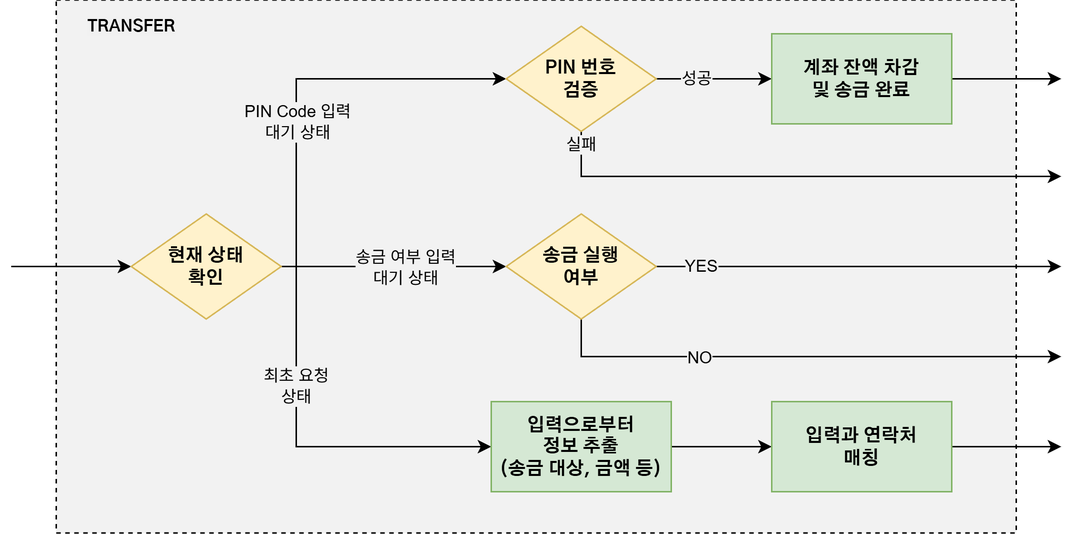
Above: img/BeoTT_Transfer_Agent_FlowChart.drawio.png in TEAM-BIRDIE/BeoTT (draw.io), before the change. Source tidied: cells renumbered, new cells last; positions are measured from the earlier drawing's top-left corner, leaving out a move shared by most shapes.
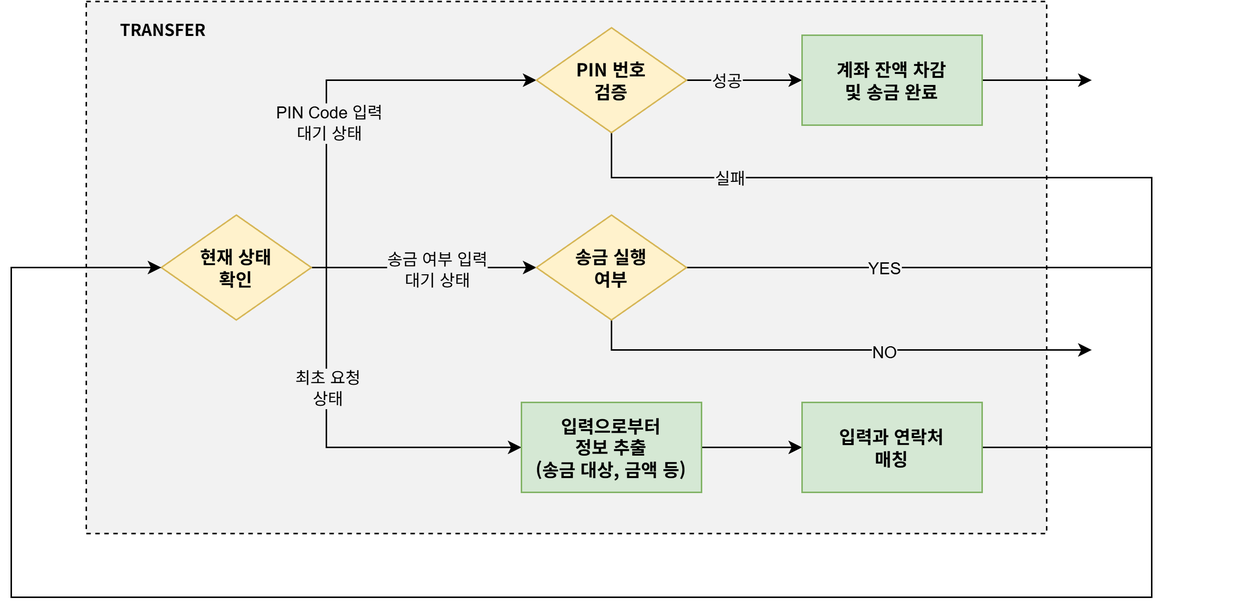
Above is the later version.

Commit message:
transfer img 수정

What changed in the source:
```diff
@@ -39,14 +39,19 @@
     <mxCell id="9" value="현재 상태&lt;div&gt;확인&lt;/div&gt;" style="rhombus;whiteSpace=wrap;html=1;rounded=0;fontFamily=Gothic A1;fontStyle=1;fillColor=#fff2cc;strokeColor=#d6b656;" parent="1" vertex="1">
       <mxGeometry x="80" y="143" width="100" height="70" as="geometry" />
     </mxCell>
-    <mxCell id="10" style="edgeStyle=orthogonalEdgeStyle;rounded=0;jettySize=auto;html=1;exitX=1;exitY=0.5;exitDx=0;exitDy=0;" parent="1" edge="1" source="25">
+    <mxCell id="10" style="edgeStyle=orthogonalEdgeStyle;rounded=0;jettySize=auto;html=1;exitX=1;exitY=0.5;exitDx=0;exitDy=0;entryX=0;entryY=0.5;entryDx=0;entryDy=0;" parent="1" edge="1" source="25" target="9">
       <mxGeometry relative="1" as="geometry">
-        <mxPoint x="700" y="178" as="targetPoint" />
+        <Array as="points">
+          <mxPoint x="740" y="178" />
+          <mxPoint x="740" y="398" />
+          <mxPoint x="-20" y="398" />
+          <mxPoint x="-20" y="178" />
+        </Array>
       </mxGeometry>
     </mxCell>
     <mxCell id="11" value="YES" style="edgeLabel;html=1;align=center;verticalAlign=middle;labelBackgroundColor=#F2F2F2;" parent="10" vertex="1">
       <mxGeometry x="-0.84" y="1" relative="1" as="geometry">
-        <mxPoint x="8" y="1" as="offset" />
+        <mxPoint x="-2" y="1" as="offset" />
       </mxGeometry>
     </mxCell>
     <mxCell id="12" style="edgeStyle=orthogonalEdgeStyle;rounded=0;jettySize=auto;html=1;" parent="1" edge="1" source="13" target="27">
@@ -69,14 +74,20 @@
     </mxCell>
     <mxCell id="18" style="edgeStyle=orthogonalEdgeStyle;rounded=0;jettySize=auto;html=1;" parent="1" edge="1" source="20">
       <mxGeometry relative="1" as="geometry">
-        <mxPoint x="700" y="118" as="targetPoint" />
+        <mxPoint x="80" y="178" as="targetPoint" />
         <Array as="points">
           <mxPoint x="380" y="118" />
+          <mxPoint x="740" y="118" />
+          <mxPoint x="740" y="398" />
+          <mxPoint x="-20" y="398" />
+          <mxPoint x="-20" y="178" />
         </Array>
       </mxGeometry>
     </mxCell>
     <mxCell id="19" value="실패" style="edgeLabel;html=1;align=center;verticalAlign=middle;labelBackgroundColor=#F2F2F2;" parent="18" vertex="1">
-      <mxGeometry x="-0.95" relative="1" as="geometry" />
+      <mxGeometry x="-0.95" relative="1" as="geometry">
+        <mxPoint x="64" as="offset" />
+      </mxGeometry>
     </mxCell>
     <mxCell id="20" value="PIN 번호&lt;div&gt;검증&lt;/div&gt;" style="rhombus;whiteSpace=wrap;html=1;rounded=0;fontFamily=Gothic A1;fontStyle=1;fillColor=#fff2cc;strokeColor=#d6b656;" parent="1" vertex="1">
       <mxGeometry x="330" y="18" width="100" height="70" as="geometry" />
@@ -89,27 +100,34 @@
     <mxCell id="22" value="계좌 잔액 차감&lt;div&gt;및 송금 완료&lt;/div&gt;" style="whiteSpace=wrap;html=1;fontFamily=Gothic A1;fillColor=#d5e8d4;strokeColor=#82b366;rounded=0;fontStyle=1;" parent="1" vertex="1">
       <mxGeometry x="507" y="23" width="120" height="60" as="geometry" />
     </mxCell>
-    <mxCell id="23" style="edgeStyle=orthogonalEdgeStyle;rounded=0;jettySize=auto;html=1;" parent="1" edge="1" source="25">
-      <mxGeometry relative="1" as="geometry">
-        <mxPoint x="700" y="238" as="targetPoint" />
-        <Array as="points">
-          <mxPoint x="380" y="238" />
-        </Array>
-      </mxGeometry>
-    </mxCell>
-    <mxCell id="24" value="NO" style="edgeLabel;html=1;align=center;verticalAlign=middle;labelBackgroundColor=#F2F2F2;" parent="23" vertex="1">
-      <mxGeometry x="-0.4" y="-1" relative="1" as="geometry" />
-    </mxCell>
+    <mxCell id="28" style="edgeStyle=orthogonalEdgeStyle;rounded=0;jettySize=auto;html=1;exitX=0.5;exitY=1;exitDx=0;exitDy=0;" parent="1" edge="1" source="25">
+      <mxGeometry relative="1" as="geometry">
+        <mxPoint x="700" y="233" as="targetPoint" />
+        <Array as="points">
+          <mxPoint x="380" y="233" />
+        </Array>
+      </mxGeometry>
+    </mxCell>
     <mxCell id="25" value="송금 실행&lt;div&gt;여부&lt;/div&gt;" style="rhombus;whiteSpace=wrap;html=1;rounded=0;fontFamily=Gothic A1;fontStyle=1;fillColor=#fff2cc;strokeColor=#d6b656;" parent="1" vertex="1">
       <mxGeometry x="330" y="143" width="100" height="70" as="geometry" />
     </mxCell>
-    <mxCell id="26" style="edgeStyle=orthogonalEdgeStyle;rounded=0;jettySize=auto;html=1;" parent="1" edge="1" source="27">
+    <mxCell id="26" style="edgeStyle=orthogonalEdgeStyle;rounded=0;jettySize=auto;html=1;entryX=0;entryY=0.5;entryDx=0;entryDy=0;" parent="1" edge="1" source="27" target="9">
       <mxGeometry relative="1" as="geometry">
-        <mxPoint x="700" y="298" as="targetPoint" />
+        <Array as="points">
+          <mxPoint x="740" y="298" />
+          <mxPoint x="740" y="398" />
+          <mxPoint x="-20" y="398" />
+          <mxPoint x="-20" y="178" />
+        </Array>
       </mxGeometry>
     </mxCell>
     <mxCell id="27" value="입력과 연락처&lt;div&gt;매칭&lt;/div&gt;" style="rounded=0;whiteSpace=wrap;html=1;fontFamily=Gothic A1;fontStyle=1;fillColor=#d5e8d4;strokeColor=#82b366;" parent="1" vertex="1">
       <mxGeometry x="507" y="268" width="120" height="60" as="geometry" />
     </mxCell>
+    <mxCell id="24" value="NO" style="edgeLabel;html=1;align=center;verticalAlign=middle;labelBackgroundColor=#F2F2F2;" parent="1" vertex="1">
+      <mxGeometry x="797" y="56" as="geometry">
+        <mxPoint x="-236" y="178" as="offset" />
+      </mxGeometry>
+    </mxCell>
   </root>
 </mxGraphModel>
```
